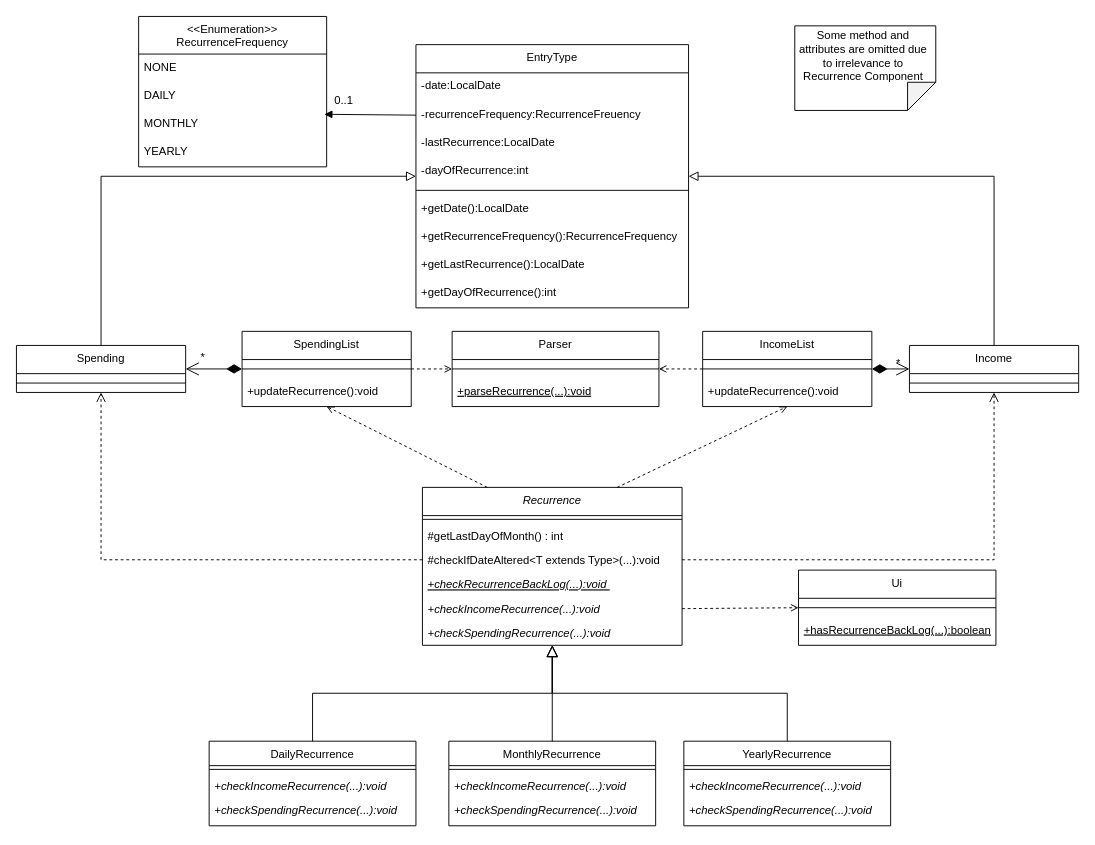
This is docs/Diagrams/Recurrence/recurrenceCD.drawio from wongwh2002/CS2113TeamProject, a draw.io file, before an edit. Source tidied: cells renumbered, new cells numbered last; positions are measured from the earlier drawing's top-left corner, leaving out a move shared by most shapes. Both pictures are drawn from the tidied source at 94%, with x=0, y=0 at pixel (16, -3).
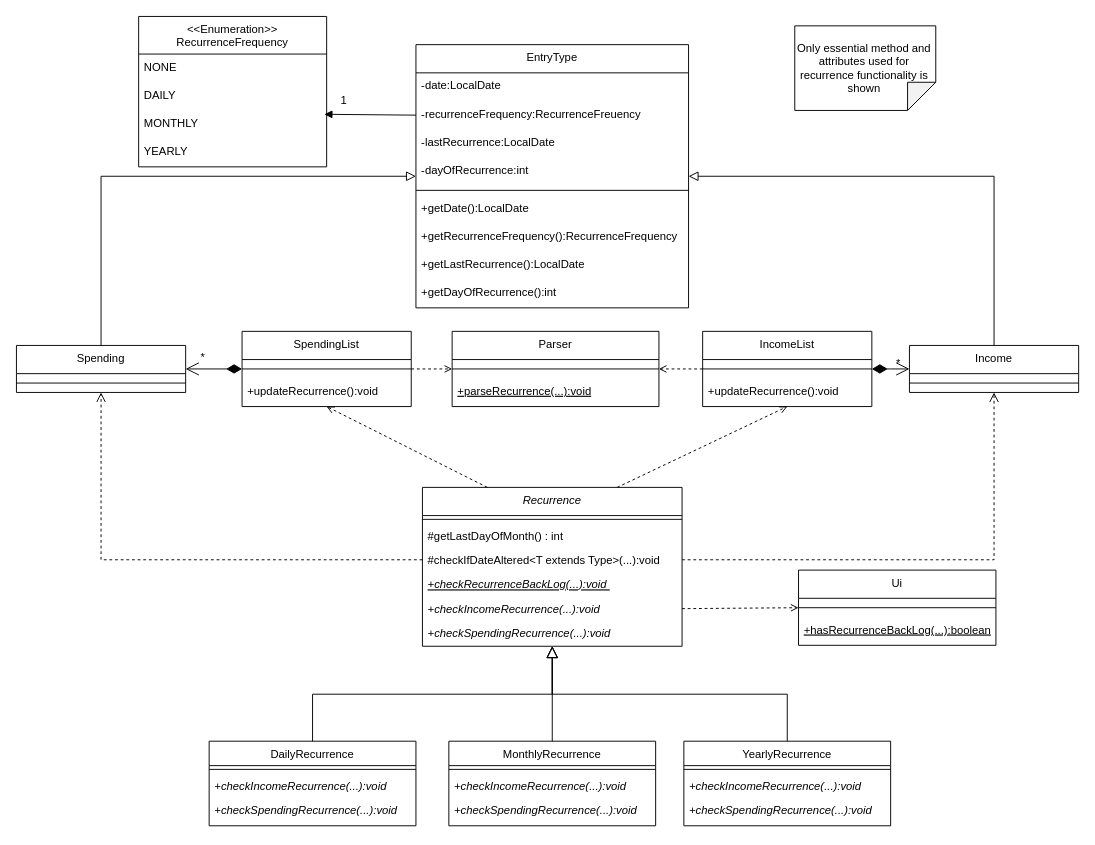
After the change.

Change to the diagram source:
```diff
@@
     <mxCell id="2" value="Recurrence" style="swimlane;fontStyle=2;align=center;verticalAlign=top;horizontal=1;startSize=30;rounded=0;shadow=0;strokeWidth=1;fontSize=12;" parent="1" vertex="1">
-      <mxGeometry x="431.9" y="521" width="276.2" height="168" as="geometry" />
+      <mxGeometry x="431.9" y="521" width="276.2" height="169" as="geometry" />
     </mxCell>
@@
-    <mxCell id="58" value="Some method and attributes are omitted due to irrelevance to Recurrence Component" style="text;html=1;align=center;verticalAlign=middle;whiteSpace=wrap;rounded=0;fontSize=12;" parent="1" vertex="1">
-      <mxGeometry x="826" y="47" width="150" height="30" as="geometry" />
+    <mxCell id="58" value="Only essential method and attributes used for recurrence functionality is shown" style="text;html=1;align=center;verticalAlign=middle;whiteSpace=wrap;rounded=0;fontSize=12;" parent="1" vertex="1">
+      <mxGeometry x="827" y="60" width="150" height="30" as="geometry" />
     </mxCell>
@@
-    <mxCell id="67" value="0..1" style="text;html=1;align=center;verticalAlign=middle;labelBackgroundColor=none;rounded=0;shadow=0;strokeWidth=1;fontSize=12;" parent="1" vertex="1">
+    <mxCell id="67" value="1" style="text;html=1;align=center;verticalAlign=middle;labelBackgroundColor=none;rounded=0;shadow=0;strokeWidth=1;fontSize=12;" parent="1" vertex="1">
       <mxGeometry x="850" y="500" as="geometry">
         <mxPoint x="-503" y="-391" as="offset" />
       </mxGeometry>
     </mxCell>
```
